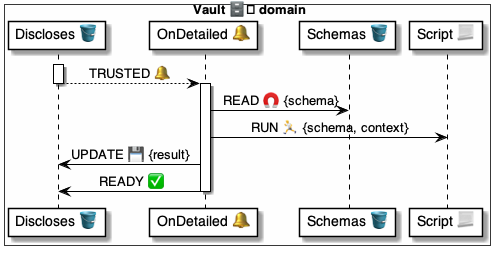
Above: 4 ⚙️ Solution/41 🎭 Domain Roles/Vaults 🗄️/🗄️🪣 Vault tables/Discloses 💼 table/🪣🔔 3 Detailed/🗄️ OnDetailed ⚙️ uml.png in pollyweb-org/pollyweb-docs (PlantUML), before the change. Its source is kept beside it as 4 ⚙️ Solution/41 🎭 Domain Roles/Vaults 🗄️/🗄️🪣 Vault tables/Discloses 💼 table/🪣🔔 3 Detailed/🗄️ OnDetailed ⚙️ uml.puml. The source it was exported from:
```plantuml
@startuml Disclose.OnDetailed


box Vault 🗄️ domain #FFFFFA
    participant "Discloses 🪣" as discloses
    participant "OnDetailed 🔔" as handler
    participant "Schemas 🪣" as schemas
    participant "Script 📃" as script
end box


activate discloses
    discloses --> handler: TRUSTED 🔔
deactivate discloses

activate handler
    handler -> schemas: READ 🧲 {schema}
    handler -> script: RUN 🏃 {schema, context}
    handler -> discloses: UPDATE 💾 {result}
    handler -> discloses: READY ✅
deactivate handler

@enduml
```
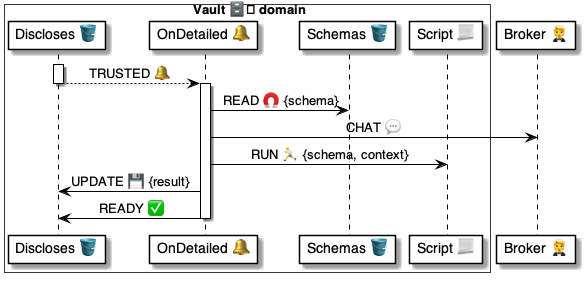
Later version of the same file.

What changed in the source:
```diff
@@ -7,6 +7,7 @@
     participant "Schemas 🪣" as schemas
     participant "Script 📃" as script
 end box
+participant "Broker 🤵" as broker
 
 
 activate discloses
@@ -15,6 +16,7 @@
 
 activate handler
     handler -> schemas: READ 🧲 {schema}
+    handler -> broker: CHAT 💬
     handler -> script: RUN 🏃 {schema, context}
     handler -> discloses: UPDATE 💾 {result}
     handler -> discloses: READY ✅
```
